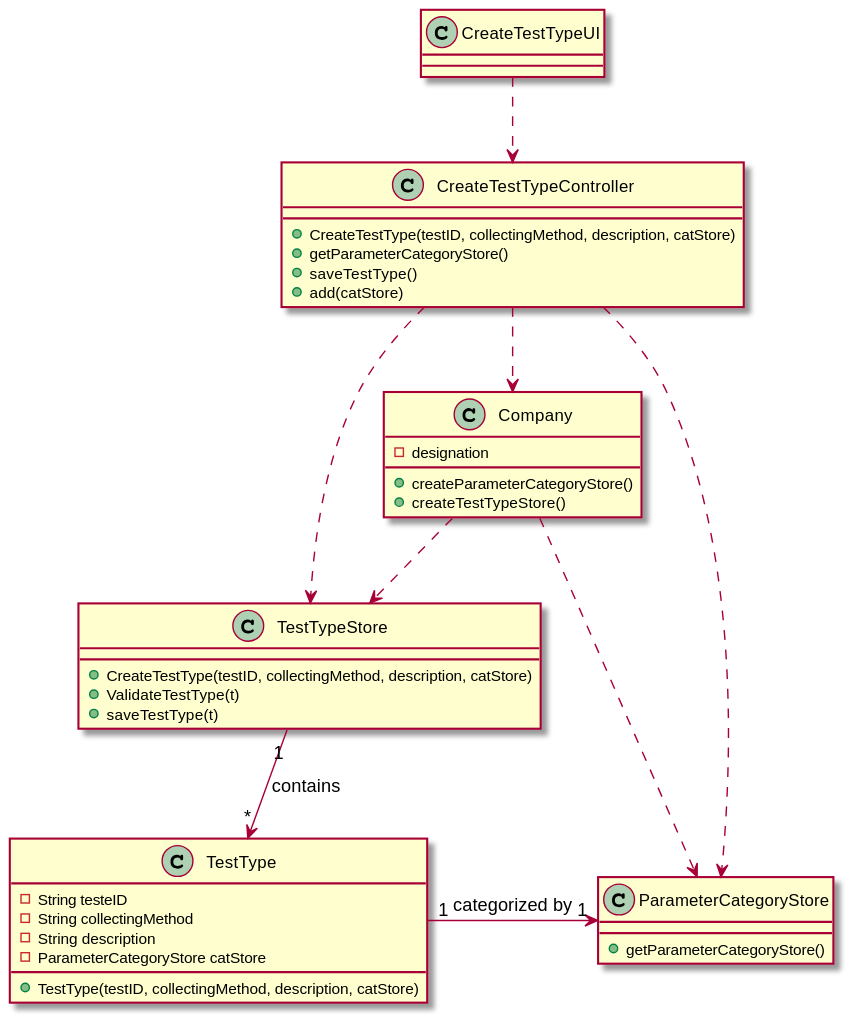
Earlier version of the PlantUML export docs/SprintB/US09/US9_CD.svg (MarianaCLages/LAPR2).
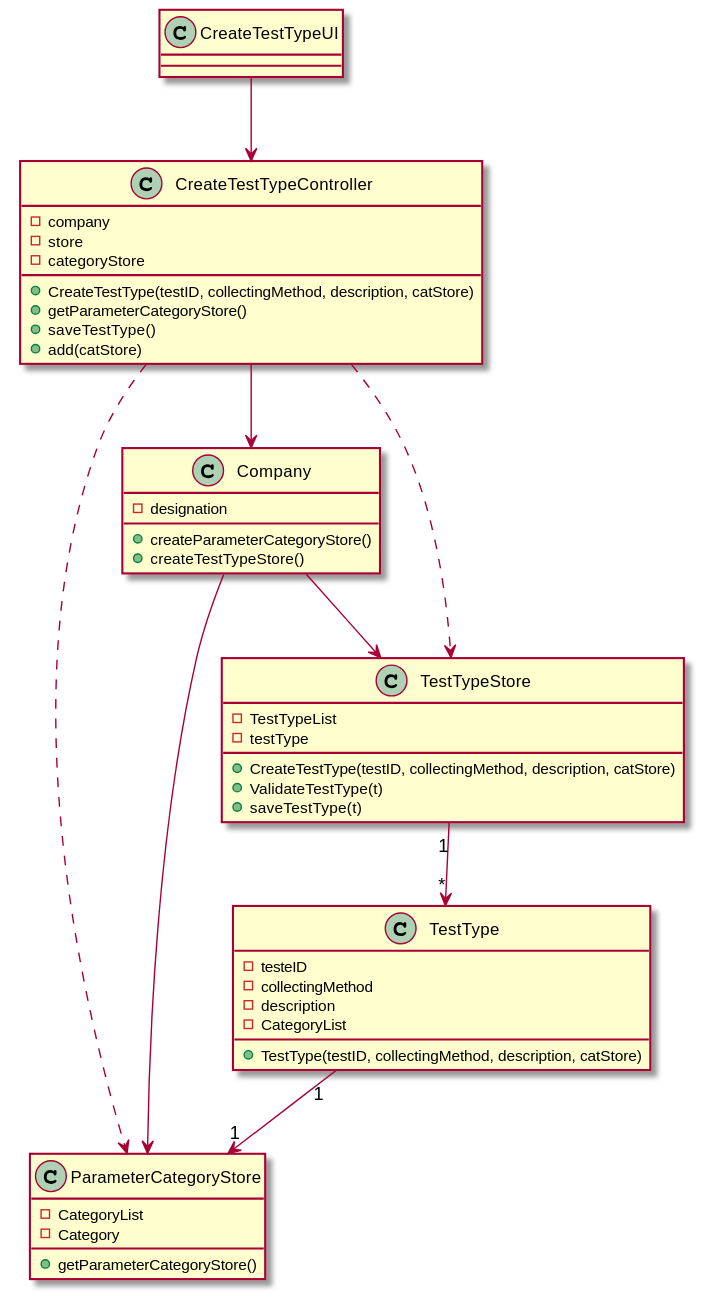
Above is the later version.

The edit, as a diff of the source:
```diff
@@ -1,9 +1,14 @@
 @startuml
+
+
 
 class CreateTestTypeUI{
 }
 
 class CreateTestTypeController{
+    - company
+    - store
+    - categoryStore
     + CreateTestType(testID, collectingMethod, description, catStore)
     + getParameterCategoryStore()
     + saveTestType()
@@ -11,35 +16,39 @@
 }
 
 class Company{
--designation
+    -designation
     + createParameterCategoryStore()
     + createTestTypeStore()
 }
 
 class TestTypeStore{
+    - TestTypeList
+    - testType
     + CreateTestType(testID, collectingMethod, description, catStore)
     + ValidateTestType(t)
     + saveTestType(t)
 }
 
 class TestType{
--String testeID
--String collectingMethod
--String description
--ParameterCategoryStore catStore
+    - testeID
+    - collectingMethod
+    - description
+    - CategoryList
     + TestType(testID, collectingMethod, description, catStore)
 }
 
 class ParameterCategoryStore{
+    - CategoryList
+    - Category
     + getParameterCategoryStore()
 }
 
-CreateTestTypeUI ..> CreateTestTypeController
-CreateTestTypeController ..> Company
-Company ..> TestTypeStore
-Company ..> ParameterCategoryStore
+CreateTestTypeUI --> CreateTestTypeController
+CreateTestTypeController --> Company
+Company --> TestTypeStore
+Company --> ParameterCategoryStore
 CreateTestTypeController ..> TestTypeStore
-CreateTestTypeController ..> ParameterCategoryStore
-TestTypeStore "1" --> "*" TestType: contains
-TestType "1"-right-> "1" ParameterCategoryStore: categorized by
+CreateTestTypeController .> ParameterCategoryStore
+TestTypeStore "1" --> "*" TestType
+TestType "1" --> "1" ParameterCategoryStore
 @enduml
```
